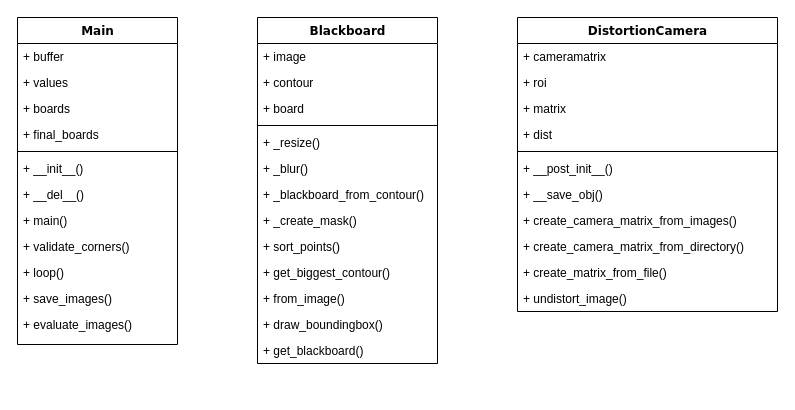
MarkusvonStaden/blackboard2api keeps this draw.io diagram as BlackboardUML.drawio. Above is the earlier version. Source tidied: cells renumbered, new cells numbered last; positions are measured from the earlier drawing's top-left corner, leaving out a move shared by most shapes. Both pictures are drawn from the tidied source at 100%, with x=0, y=0 at pixel (17, 17).
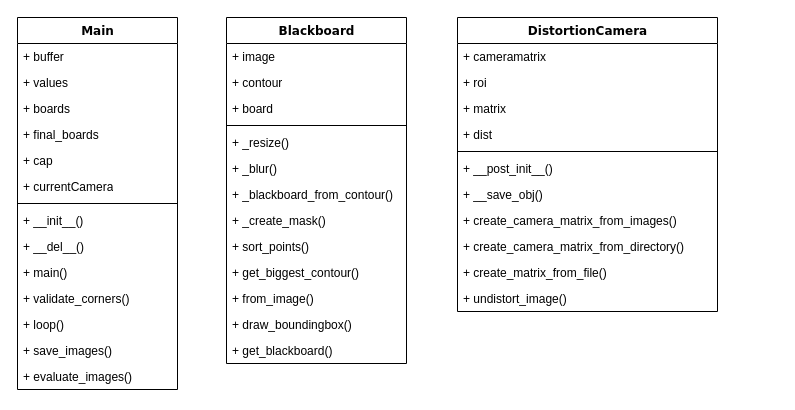
After the change.

Commit message:
added object attributes to  BlackboardUML.drawio

Change to the diagram source:
```diff
@@
     <mxCell id="2" value="Main" style="swimlane;html=1;fontStyle=1;align=center;verticalAlign=top;horizontal=1;startSize=26;swimlaneFillColor=#ffffff;rounded=0;shadow=0;comic=0;labelBackgroundColor=none;strokeWidth=1;fillColor=none;fontFamily=Verdana;fontSize=12;" parent="1" vertex="1">
-      <mxGeometry width="160" height="327" as="geometry" />
+      <mxGeometry width="160" height="372" as="geometry" />
     </mxCell>
@@
+    <mxCell id="42" value="+ cap" style="text;html=1;strokeColor=none;fillColor=none;align=left;verticalAlign=top;spacingLeft=4;spacingRight=4;whiteSpace=wrap;overflow=hidden;" parent="2" vertex="1">
+      <mxGeometry y="130" width="160" height="26" as="geometry" />
+    </mxCell>
+    <mxCell id="43" value="+ currentCamera" style="text;html=1;strokeColor=none;fillColor=none;align=left;verticalAlign=top;spacingLeft=4;spacingRight=4;whiteSpace=wrap;overflow=hidden;" parent="2" vertex="1">
+      <mxGeometry y="156" width="160" height="26" as="geometry" />
+    </mxCell>
     <mxCell id="7" style="line;html=1;strokeWidth=1;fillColor=none;align=left;verticalAlign=middle;spacingTop=-1;spacingLeft=3;spacingRight=3;labelPosition=right;" parent="2" vertex="1">
-      <mxGeometry y="130" width="160" height="8" as="geometry" />
+      <mxGeometry y="182" width="160" height="8" as="geometry" />
     </mxCell>
     <mxCell id="8" value="+ __init__()" style="text;html=1;strokeColor=none;fillColor=none;align=left;verticalAlign=top;spacingLeft=4;spacingRight=4;whiteSpace=wrap;overflow=hidden;" parent="2" vertex="1">
-      <mxGeometry y="138" width="160" height="26" as="geometry" />
+      <mxGeometry y="190" width="160" height="26" as="geometry" />
     </mxCell>
     <mxCell id="9" value="+ __del__()&lt;br&gt;" style="text;html=1;strokeColor=none;fillColor=none;align=left;verticalAlign=top;spacingLeft=4;spacingRight=4;whiteSpace=wrap;overflow=hidden;" parent="2" vertex="1">
-      <mxGeometry y="164" width="160" height="26" as="geometry" />
+      <mxGeometry y="216" width="160" height="26" as="geometry" />
     </mxCell>
     <mxCell id="10" value="+ main()" style="text;html=1;strokeColor=none;fillColor=none;align=left;verticalAlign=top;spacingLeft=4;spacingRight=4;whiteSpace=wrap;overflow=hidden;" parent="2" vertex="1">
-      <mxGeometry y="190" width="160" height="26" as="geometry" />
+      <mxGeometry y="242" width="160" height="26" as="geometry" />
     </mxCell>
     <mxCell id="11" value="+ validate_corners()" style="text;html=1;strokeColor=none;fillColor=none;align=left;verticalAlign=top;spacingLeft=4;spacingRight=4;whiteSpace=wrap;overflow=hidden;" parent="2" vertex="1">
-      <mxGeometry y="216" width="160" height="26" as="geometry" />
+      <mxGeometry y="268" width="160" height="26" as="geometry" />
     </mxCell>
     <mxCell id="12" value="+ loop()" style="text;html=1;strokeColor=none;fillColor=none;align=left;verticalAlign=top;spacingLeft=4;spacingRight=4;whiteSpace=wrap;overflow=hidden;" parent="2" vertex="1">
-      <mxGeometry y="242" width="160" height="26" as="geometry" />
+      <mxGeometry y="294" width="160" height="26" as="geometry" />
     </mxCell>
     <mxCell id="13" value="+ save_images()" style="text;html=1;strokeColor=none;fillColor=none;align=left;verticalAlign=top;spacingLeft=4;spacingRight=4;whiteSpace=wrap;overflow=hidden;" parent="2" vertex="1">
-      <mxGeometry y="268" width="160" height="26" as="geometry" />
+      <mxGeometry y="320" width="160" height="26" as="geometry" />
     </mxCell>
     <mxCell id="14" value="+ evaluate_images()" style="text;html=1;strokeColor=none;fillColor=none;align=left;verticalAlign=top;spacingLeft=4;spacingRight=4;whiteSpace=wrap;overflow=hidden;" parent="2" vertex="1">
-      <mxGeometry y="294" width="160" height="26" as="geometry" />
+      <mxGeometry y="346" width="160" height="26" as="geometry" />
     </mxCell>
     <mxCell id="15" value="Blackboard" style="swimlane;html=1;fontStyle=1;align=center;verticalAlign=top;horizontal=1;startSize=26;swimlaneFillColor=#ffffff;rounded=0;shadow=0;comic=0;labelBackgroundColor=none;strokeWidth=1;fillColor=none;fontFamily=Verdana;fontSize=12;" parent="1" vertex="1">
-      <mxGeometry x="240" width="180" height="346" as="geometry" />
+      <mxGeometry x="209" width="180" height="346" as="geometry" />
     </mxCell>
@@
     <mxCell id="30" value="DistortionCamera" style="swimlane;html=1;fontStyle=1;align=center;verticalAlign=top;horizontal=1;startSize=26;swimlaneFillColor=#ffffff;rounded=0;shadow=0;comic=0;labelBackgroundColor=none;strokeWidth=1;fillColor=none;fontFamily=Verdana;fontSize=12;" parent="1" vertex="1">
-      <mxGeometry x="500" width="260" height="294" as="geometry" />
+      <mxGeometry x="440" width="260" height="294" as="geometry" />
     </mxCell>
```
